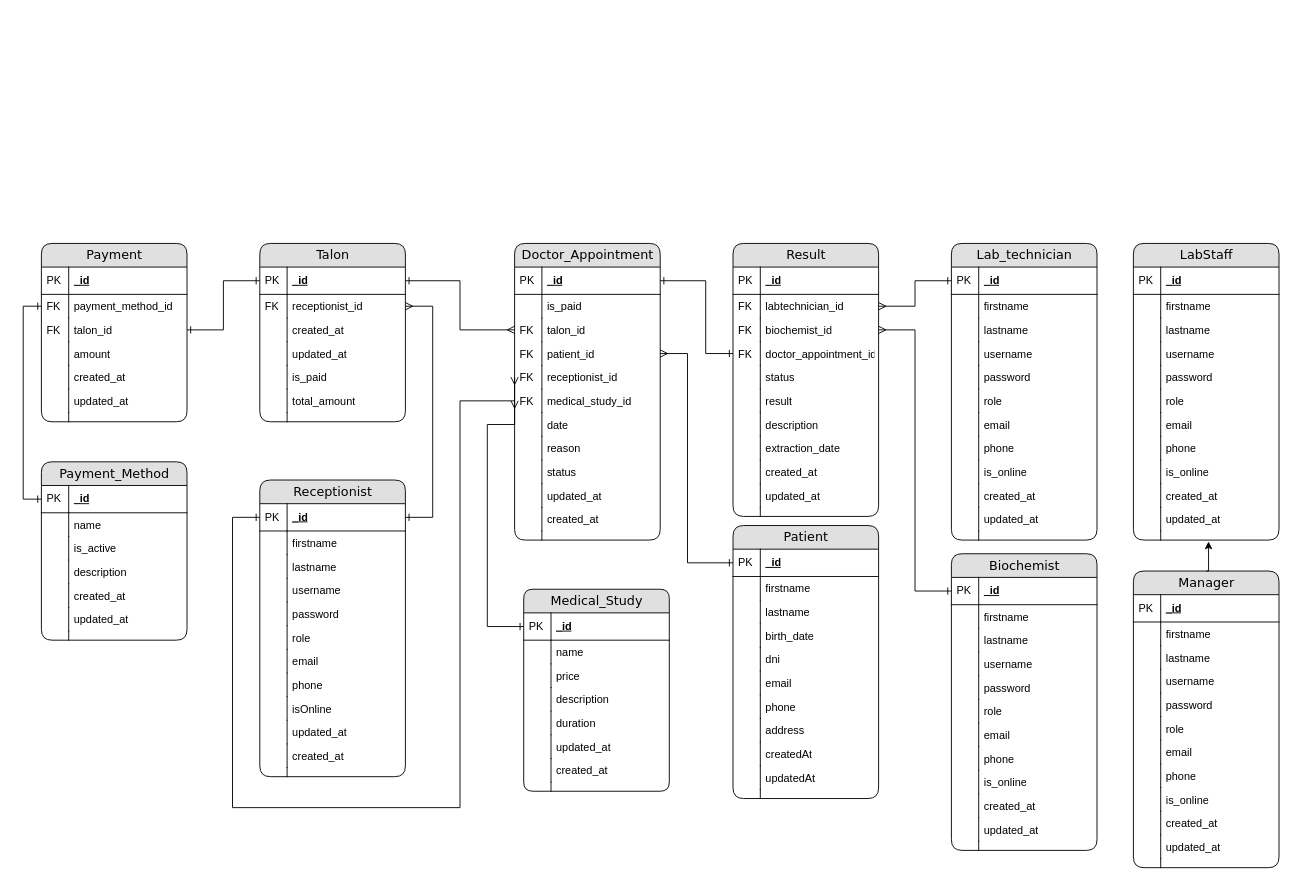
Above: driagrama entidad relacion.drawio in EmanuelRigo/lab-patient-system (draw.io), before the change. Source tidied: cells renumbered, new cells numbered last; positions are measured from the earlier drawing's top-left corner, leaving out a move shared by most shapes. Both pictures are drawn from the tidied source at 91%, with x=0, y=0 at pixel (41, 243).
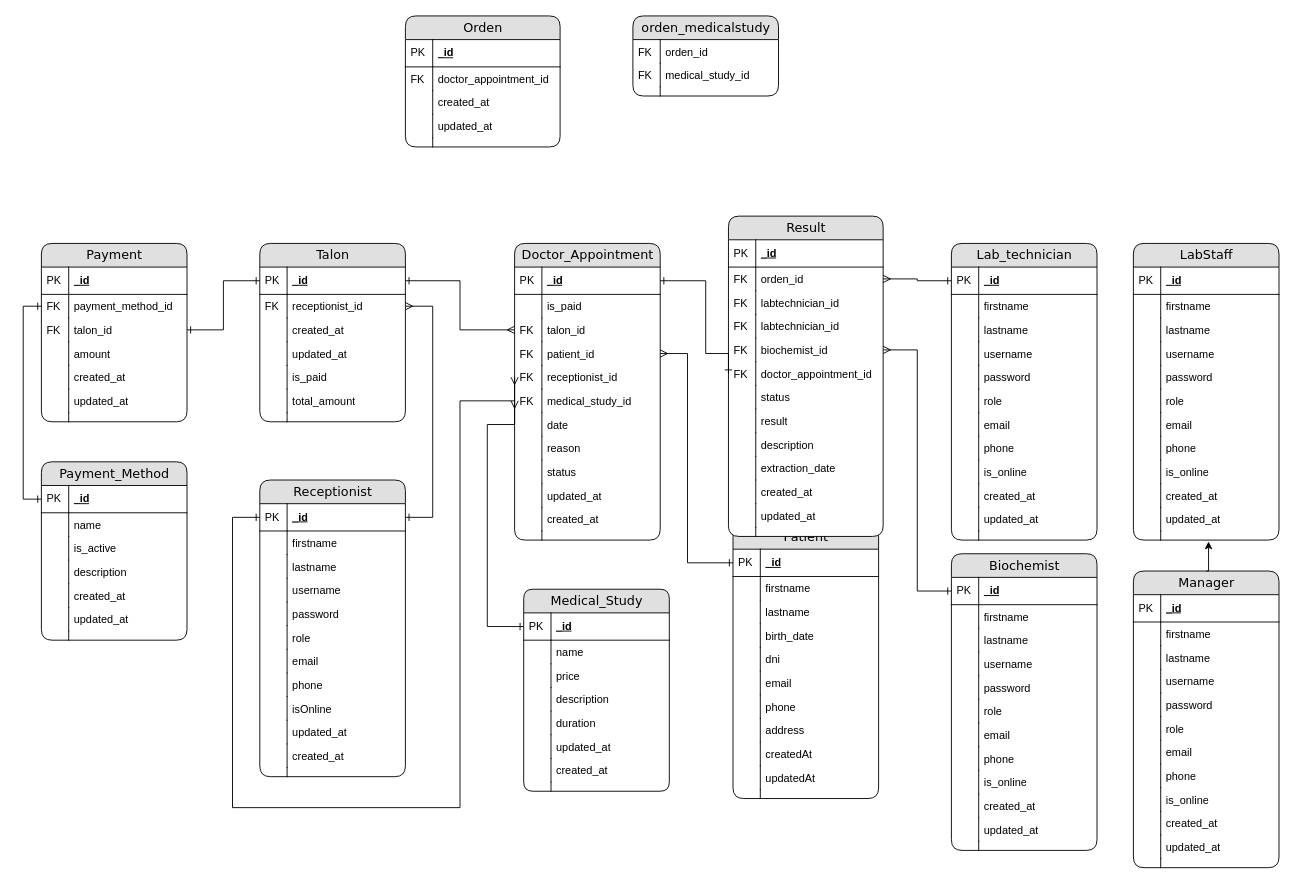
After the change.

Diff of the diagram source:
```diff
@@
     <mxCell id="182" value="Result" style="swimlane;html=1;fontStyle=0;horizontal=1;startSize=26;fillColor=#e0e0e0;swimlaneFillColor=#ffffff;align=center;rounded=1;shadow=0;comic=0;labelBackgroundColor=none;strokeWidth=1;fontFamily=Verdana;fontSize=14;gradientColor=none;" parent="1" vertex="1">
-      <mxGeometry x="760" width="160" height="300" as="geometry" />
+      <mxGeometry x="755" y="-30" width="170" height="352" as="geometry" />
     </mxCell>
     <mxCell id="183" value="_id" style="shape=partialRectangle;top=0;left=0;right=0;bottom=1;html=1;align=left;verticalAlign=middle;fillColor=none;spacingLeft=34;spacingRight=4;whiteSpace=wrap;overflow=hidden;fontStyle=5;" parent="182" vertex="1">
-      <mxGeometry y="26" width="160" height="30" as="geometry" />
+      <mxGeometry y="26" width="170" height="30" as="geometry" />
     </mxCell>
@@
-    <mxCell id="185" value="labtechnician_id" style="shape=partialRectangle;top=0;left=0;right=0;bottom=0;html=1;align=left;verticalAlign=top;fillColor=none;spacingLeft=34;spacingRight=4;whiteSpace=wrap;overflow=hidden;points=[[0,0.5],[1,0.5]];portConstraint=eastwest;" parent="182" vertex="1">
-      <mxGeometry y="56" width="160" height="26" as="geometry" />
+    <mxCell id="185" value="orden_id" style="shape=partialRectangle;top=0;left=0;right=0;bottom=0;html=1;align=left;verticalAlign=top;fillColor=none;spacingLeft=34;spacingRight=4;whiteSpace=wrap;overflow=hidden;points=[[0,0.5],[1,0.5]];portConstraint=eastwest;" parent="182" vertex="1">
+      <mxGeometry y="56" width="170" height="26" as="geometry" />
     </mxCell>
@@
+    <mxCell id="271" value="labtechnician_id" style="shape=partialRectangle;top=0;left=0;right=0;bottom=0;html=1;align=left;verticalAlign=top;fillColor=none;spacingLeft=34;spacingRight=4;whiteSpace=wrap;overflow=hidden;" parent="182" vertex="1">
+      <mxGeometry y="82" width="170" height="26" as="geometry" />
+    </mxCell>
+    <mxCell id="272" value="FK" style="shape=partialRectangle;top=0;left=0;bottom=0;html=1;fillColor=none;align=left;verticalAlign=top;spacingLeft=4;spacingRight=4;whiteSpace=wrap;overflow=hidden;" parent="271" vertex="1">
+      <mxGeometry width="30" height="26" as="geometry" />
+    </mxCell>
+    <mxCell id="273" value="labtechnician_id" style="shape=partialRectangle;top=0;left=0;right=0;bottom=0;html=1;align=left;verticalAlign=top;fillColor=none;spacingLeft=34;spacingRight=4;whiteSpace=wrap;overflow=hidden;" parent="182" vertex="1">
+      <mxGeometry y="108" width="170" height="26" as="geometry" />
+    </mxCell>
+    <mxCell id="274" value="FK" style="shape=partialRectangle;top=0;left=0;bottom=0;html=1;fillColor=none;align=left;verticalAlign=top;spacingLeft=4;spacingRight=4;whiteSpace=wrap;overflow=hidden;" parent="273" vertex="1">
+      <mxGeometry width="30" height="26" as="geometry" />
+    </mxCell>
     <mxCell id="187" value="biochemist_id" style="shape=partialRectangle;top=0;left=0;right=0;bottom=0;html=1;align=left;verticalAlign=top;fillColor=none;spacingLeft=34;spacingRight=4;whiteSpace=wrap;overflow=hidden;points=[[0,0.5],[1,0.5]];portConstraint=eastwest;" parent="182" vertex="1">
-      <mxGeometry y="82" width="160" height="26" as="geometry" />
+      <mxGeometry y="134" width="170" height="26" as="geometry" />
     </mxCell>
@@
     <mxCell id="189" value="doctor_appointment_id" style="shape=partialRectangle;top=0;left=0;right=0;bottom=0;html=1;align=left;verticalAlign=top;fillColor=none;spacingLeft=34;spacingRight=4;whiteSpace=wrap;overflow=hidden;points=[[0,0.5],[1,0.5]];portConstraint=eastwest;" parent="182" vertex="1">
-      <mxGeometry y="108" width="160" height="26" as="geometry" />
+      <mxGeometry y="160" width="170" height="26" as="geometry" />
     </mxCell>
@@
     <mxCell id="191" value="status" style="shape=partialRectangle;top=0;left=0;right=0;bottom=0;html=1;align=left;verticalAlign=top;fillColor=none;spacingLeft=34;spacingRight=4;whiteSpace=wrap;overflow=hidden;" parent="182" vertex="1">
-      <mxGeometry y="134" width="160" height="26" as="geometry" />
+      <mxGeometry y="186" width="170" height="26" as="geometry" />
     </mxCell>
@@
     <mxCell id="193" value="result" style="shape=partialRectangle;top=0;left=0;right=0;bottom=0;html=1;align=left;verticalAlign=top;fillColor=none;spacingLeft=34;spacingRight=4;whiteSpace=wrap;overflow=hidden;" parent="182" vertex="1">
-      <mxGeometry y="160" width="160" height="26" as="geometry" />
+      <mxGeometry y="212" width="170" height="26" as="geometry" />
     </mxCell>
@@
     <mxCell id="195" value="description" style="shape=partialRectangle;top=0;left=0;right=0;bottom=0;html=1;align=left;verticalAlign=top;fillColor=none;spacingLeft=34;spacingRight=4;whiteSpace=wrap;overflow=hidden;" parent="182" vertex="1">
-      <mxGeometry y="186" width="160" height="26" as="geometry" />
+      <mxGeometry y="238" width="170" height="26" as="geometry" />
     </mxCell>
@@
     <mxCell id="197" value="extraction_date" style="shape=partialRectangle;top=0;left=0;right=0;bottom=0;html=1;align=left;verticalAlign=top;fillColor=none;spacingLeft=34;spacingRight=4;whiteSpace=wrap;overflow=hidden;" parent="182" vertex="1">
-      <mxGeometry y="212" width="160" height="26" as="geometry" />
+      <mxGeometry y="264" width="170" height="26" as="geometry" />
     </mxCell>
@@
     <mxCell id="199" value="created_at" style="shape=partialRectangle;top=0;left=0;right=0;bottom=0;html=1;align=left;verticalAlign=top;fillColor=none;spacingLeft=34;spacingRight=4;whiteSpace=wrap;overflow=hidden;" parent="182" vertex="1">
-      <mxGeometry y="238" width="160" height="26" as="geometry" />
+      <mxGeometry y="290" width="170" height="26" as="geometry" />
     </mxCell>
@@
     <mxCell id="201" value="updated_at" style="shape=partialRectangle;top=0;left=0;right=0;bottom=0;html=1;align=left;verticalAlign=top;fillColor=none;spacingLeft=34;spacingRight=4;whiteSpace=wrap;overflow=hidden;" parent="182" vertex="1">
-      <mxGeometry y="264" width="160" height="26" as="geometry" />
+      <mxGeometry y="316" width="170" height="26" as="geometry" />
     </mxCell>
@@
     <mxCell id="203" style="shape=partialRectangle;top=0;left=0;right=0;bottom=0;html=1;align=left;verticalAlign=top;fillColor=none;spacingLeft=34;spacingRight=4;whiteSpace=wrap;overflow=hidden;" parent="182" vertex="1">
-      <mxGeometry y="290" width="160" height="10" as="geometry" />
+      <mxGeometry y="342" width="170" height="10" as="geometry" />
     </mxCell>
@@
+    <mxCell id="275" value="Orden" style="swimlane;html=1;fontStyle=0;horizontal=1;startSize=26;fillColor=#e0e0e0;swimlaneFillColor=#ffffff;align=center;rounded=1;shadow=0;comic=0;labelBackgroundColor=none;strokeWidth=1;fontFamily=Verdana;fontSize=14;gradientColor=none;" parent="1" vertex="1">
+      <mxGeometry x="400" y="-250" width="170" height="144" as="geometry" />
+    </mxCell>
+    <mxCell id="276" value="_id" style="shape=partialRectangle;top=0;left=0;right=0;bottom=1;html=1;align=left;verticalAlign=middle;fillColor=none;spacingLeft=34;spacingRight=4;whiteSpace=wrap;overflow=hidden;fontStyle=5;" parent="275" vertex="1">
+      <mxGeometry y="26" width="170" height="30" as="geometry" />
+    </mxCell>
+    <mxCell id="277" value="PK" style="shape=partialRectangle;top=0;left=0;bottom=0;html=1;fillColor=none;align=left;verticalAlign=middle;spacingLeft=4;spacingRight=4;whiteSpace=wrap;overflow=hidden;" parent="276" vertex="1">
+      <mxGeometry width="30" height="30" as="geometry" />
+    </mxCell>
+    <mxCell id="278" value="doctor_appointment_id" style="shape=partialRectangle;top=0;left=0;right=0;bottom=0;html=1;align=left;verticalAlign=top;fillColor=none;spacingLeft=34;spacingRight=4;whiteSpace=wrap;overflow=hidden;" parent="275" vertex="1">
+      <mxGeometry y="56" width="170" height="26" as="geometry" />
+    </mxCell>
+    <mxCell id="279" value="FK" style="shape=partialRectangle;top=0;left=0;bottom=0;html=1;fillColor=none;align=left;verticalAlign=top;spacingLeft=4;spacingRight=4;whiteSpace=wrap;overflow=hidden;" parent="278" vertex="1">
+      <mxGeometry width="30" height="26" as="geometry" />
+    </mxCell>
+    <mxCell id="280" value="created_at" style="shape=partialRectangle;top=0;left=0;right=0;bottom=0;html=1;align=left;verticalAlign=top;fillColor=none;spacingLeft=34;spacingRight=4;whiteSpace=wrap;overflow=hidden;" parent="275" vertex="1">
+      <mxGeometry y="82" width="170" height="26" as="geometry" />
+    </mxCell>
+    <mxCell id="281" style="shape=partialRectangle;top=0;left=0;bottom=0;html=1;fillColor=none;align=left;verticalAlign=top;spacingLeft=4;spacingRight=4;whiteSpace=wrap;overflow=hidden;" parent="280" vertex="1">
+      <mxGeometry width="30" height="26" as="geometry" />
+    </mxCell>
+    <mxCell id="282" value="updated_at" style="shape=partialRectangle;top=0;left=0;right=0;bottom=0;html=1;align=left;verticalAlign=top;fillColor=none;spacingLeft=34;spacingRight=4;whiteSpace=wrap;overflow=hidden;" parent="275" vertex="1">
+      <mxGeometry y="108" width="170" height="26" as="geometry" />
+    </mxCell>
+    <mxCell id="283" style="shape=partialRectangle;top=0;left=0;bottom=0;html=1;fillColor=none;align=left;verticalAlign=top;spacingLeft=4;spacingRight=4;whiteSpace=wrap;overflow=hidden;" parent="282" vertex="1">
+      <mxGeometry width="30" height="26" as="geometry" />
+    </mxCell>
+    <mxCell id="284" style="shape=partialRectangle;top=0;left=0;right=0;bottom=0;html=1;align=left;verticalAlign=top;fillColor=none;spacingLeft=34;spacingRight=4;whiteSpace=wrap;overflow=hidden;" parent="275" vertex="1">
+      <mxGeometry y="134" width="170" height="10" as="geometry" />
+    </mxCell>
+    <mxCell id="285" style="shape=partialRectangle;top=0;left=0;bottom=0;html=1;fillColor=none;align=left;verticalAlign=top;spacingLeft=4;spacingRight=4;whiteSpace=wrap;overflow=hidden;" parent="284" vertex="1">
+      <mxGeometry width="30" height="10" as="geometry" />
+    </mxCell>
+    <mxCell id="286" value="orden_medicalstudy" style="swimlane;html=1;fontStyle=0;horizontal=1;startSize=26;fillColor=#e0e0e0;swimlaneFillColor=#ffffff;align=center;rounded=1;shadow=0;comic=0;labelBackgroundColor=none;strokeWidth=1;fontFamily=Verdana;fontSize=14;gradientColor=none;" parent="1" vertex="1">
+      <mxGeometry x="650" y="-250" width="160" height="88" as="geometry" />
+    </mxCell>
+    <mxCell id="287" value="orden_id" style="shape=partialRectangle;top=0;left=0;right=0;bottom=0;html=1;align=left;verticalAlign=top;fillColor=none;spacingLeft=34;spacingRight=4;whiteSpace=wrap;overflow=hidden;" parent="286" vertex="1">
+      <mxGeometry y="26" width="160" height="26" as="geometry" />
+    </mxCell>
+    <mxCell id="288" value="FK" style="shape=partialRectangle;top=0;left=0;bottom=0;html=1;fillColor=none;align=left;verticalAlign=top;spacingLeft=4;spacingRight=4;whiteSpace=wrap;overflow=hidden;" parent="287" vertex="1">
+      <mxGeometry width="30" height="26" as="geometry" />
+    </mxCell>
+    <mxCell id="289" value="medical_study_id" style="shape=partialRectangle;top=0;left=0;right=0;bottom=0;html=1;align=left;verticalAlign=top;fillColor=none;spacingLeft=34;spacingRight=4;whiteSpace=wrap;overflow=hidden;" parent="286" vertex="1">
+      <mxGeometry y="52" width="160" height="26" as="geometry" />
+    </mxCell>
+    <mxCell id="290" value="FK" style="shape=partialRectangle;top=0;left=0;bottom=0;html=1;fillColor=none;align=left;verticalAlign=top;spacingLeft=4;spacingRight=4;whiteSpace=wrap;overflow=hidden;" parent="289" vertex="1">
+      <mxGeometry width="30" height="26" as="geometry" />
+    </mxCell>
+    <mxCell id="291" style="shape=partialRectangle;top=0;left=0;right=0;bottom=0;html=1;align=left;verticalAlign=top;fillColor=none;spacingLeft=34;spacingRight=4;whiteSpace=wrap;overflow=hidden;" parent="286" vertex="1">
+      <mxGeometry y="78" width="160" height="10" as="geometry" />
+    </mxCell>
+    <mxCell id="292" style="shape=partialRectangle;top=0;left=0;bottom=0;html=1;fillColor=none;align=left;verticalAlign=top;spacingLeft=4;spacingRight=4;whiteSpace=wrap;overflow=hidden;" parent="291" vertex="1">
+      <mxGeometry width="30" height="10" as="geometry" />
+    </mxCell>
```
